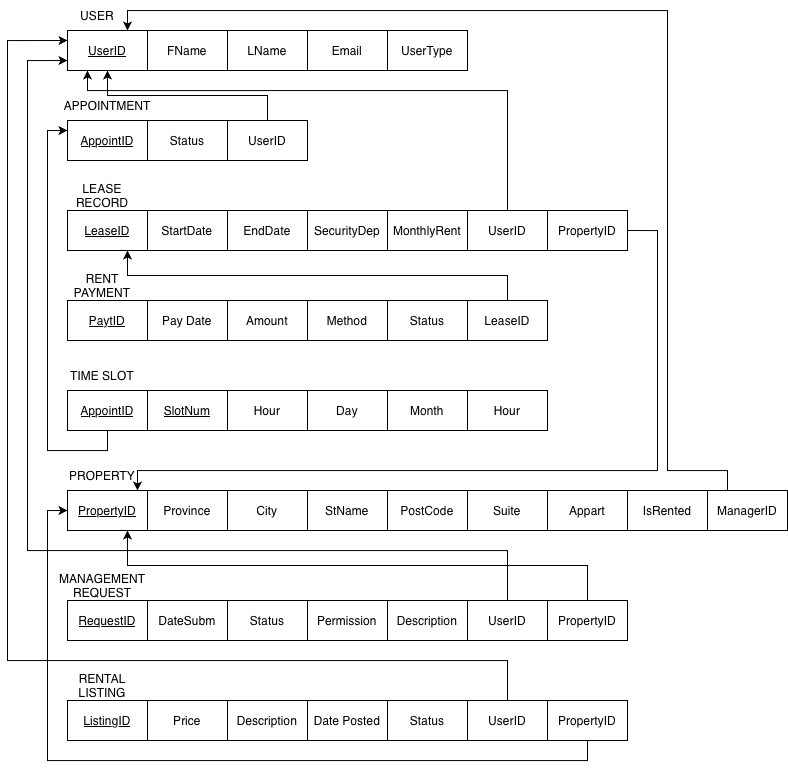
Above: docs/RM diagram.png in marynahez/rental-website-project (draw.io), before the change. Source tidied: cells renumbered, new cells last; positions are measured from the earlier drawing's top-left corner, leaving out a move shared by most shapes.
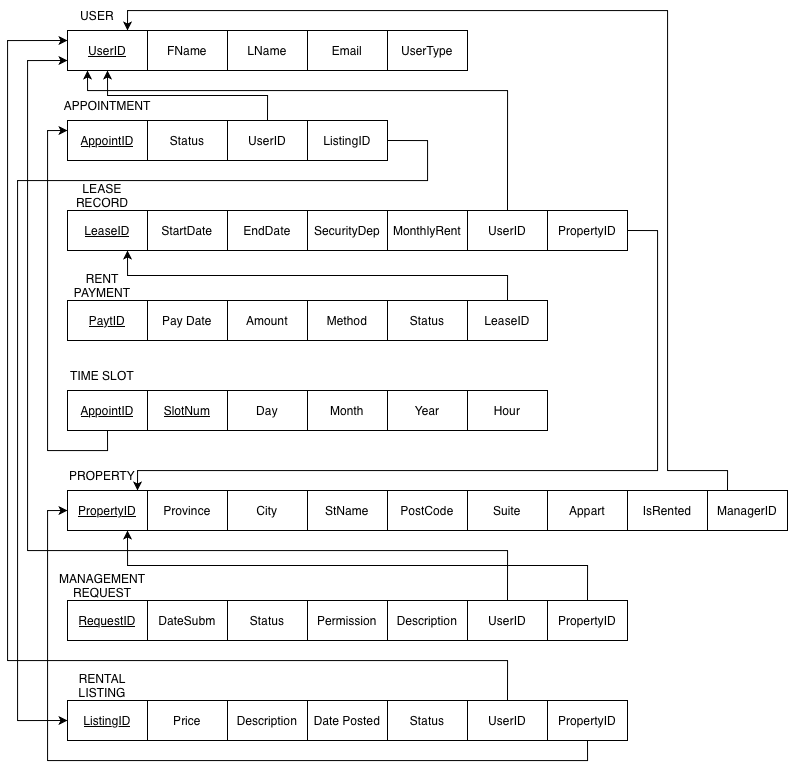
After the change.

Commit message:
Update SQL: email uniqueness, TIME_SLOT.Hour and APPOINTMENT.ListingID. Update RM diagram

Change to the diagram source:
```diff
@@ -109,14 +109,11 @@
     <mxCell id="33" value="&lt;u&gt;SlotNum&lt;/u&gt;" style="rounded=0;whiteSpace=wrap;html=1;" parent="1" vertex="1">
       <mxGeometry x="140" y="390" width="80" height="40" as="geometry" />
     </mxCell>
-    <mxCell id="34" value="Hour" style="rounded=0;whiteSpace=wrap;html=1;" parent="1" vertex="1">
-      <mxGeometry x="220" y="390" width="80" height="40" as="geometry" />
-    </mxCell>
     <mxCell id="35" value="Day" style="rounded=0;whiteSpace=wrap;html=1;" parent="1" vertex="1">
-      <mxGeometry x="300" y="390" width="80" height="40" as="geometry" />
+      <mxGeometry x="220" y="390" width="80" height="40" as="geometry" />
     </mxCell>
     <mxCell id="36" value="Month" style="rounded=0;whiteSpace=wrap;html=1;" parent="1" vertex="1">
-      <mxGeometry x="380" y="390" width="80" height="40" as="geometry" />
+      <mxGeometry x="300" y="390" width="80" height="40" as="geometry" />
     </mxCell>
     <mxCell id="37" value="TIME SLOT" style="text;html=1;whiteSpace=wrap;strokeColor=none;fillColor=none;align=center;verticalAlign=middle;rounded=0;" parent="1" vertex="1">
       <mxGeometry x="60" y="360" width="70" height="30" as="geometry" />
@@ -234,8 +231,24 @@
         </Array>
       </mxGeometry>
     </mxCell>
-    <mxCell id="69" value="Hour" style="rounded=0;whiteSpace=wrap;html=1;" parent="1" vertex="1">
-      <mxGeometry x="460" y="390" width="80" height="40" as="geometry" />
+    <mxCell id="69" value="Year" style="rounded=0;whiteSpace=wrap;html=1;" parent="1" vertex="1">
+      <mxGeometry x="380" y="390" width="80" height="40" as="geometry" />
     </mxCell>
+    <mxCell id="70" value="ListingID" style="rounded=0;whiteSpace=wrap;html=1;" parent="1" vertex="1">
+      <mxGeometry x="300" y="120" width="80" height="40" as="geometry" />
+    </mxCell>
+    <mxCell id="71" style="edgeStyle=orthogonalEdgeStyle;rounded=0;jettySize=auto;html=1;exitX=1;exitY=0.5;exitDx=0;exitDy=0;entryX=0;entryY=0.5;entryDx=0;entryDy=0;" parent="1" edge="1" source="70" target="57">
+      <mxGeometry relative="1" as="geometry">
+        <Array as="points">
+          <mxPoint x="420" y="140" />
+          <mxPoint x="420" y="180" />
+          <mxPoint x="10" y="180" />
+          <mxPoint x="10" y="720" />
+        </Array>
+      </mxGeometry>
+    </mxCell>
+    <mxCell id="34" value="Hour" style="rounded=0;whiteSpace=wrap;html=1;" parent="1" vertex="1">
+      <mxGeometry x="460" y="390" width="80" height="40" as="geometry" />
+    </mxCell>
   </root>
 </mxGraphModel>
```
